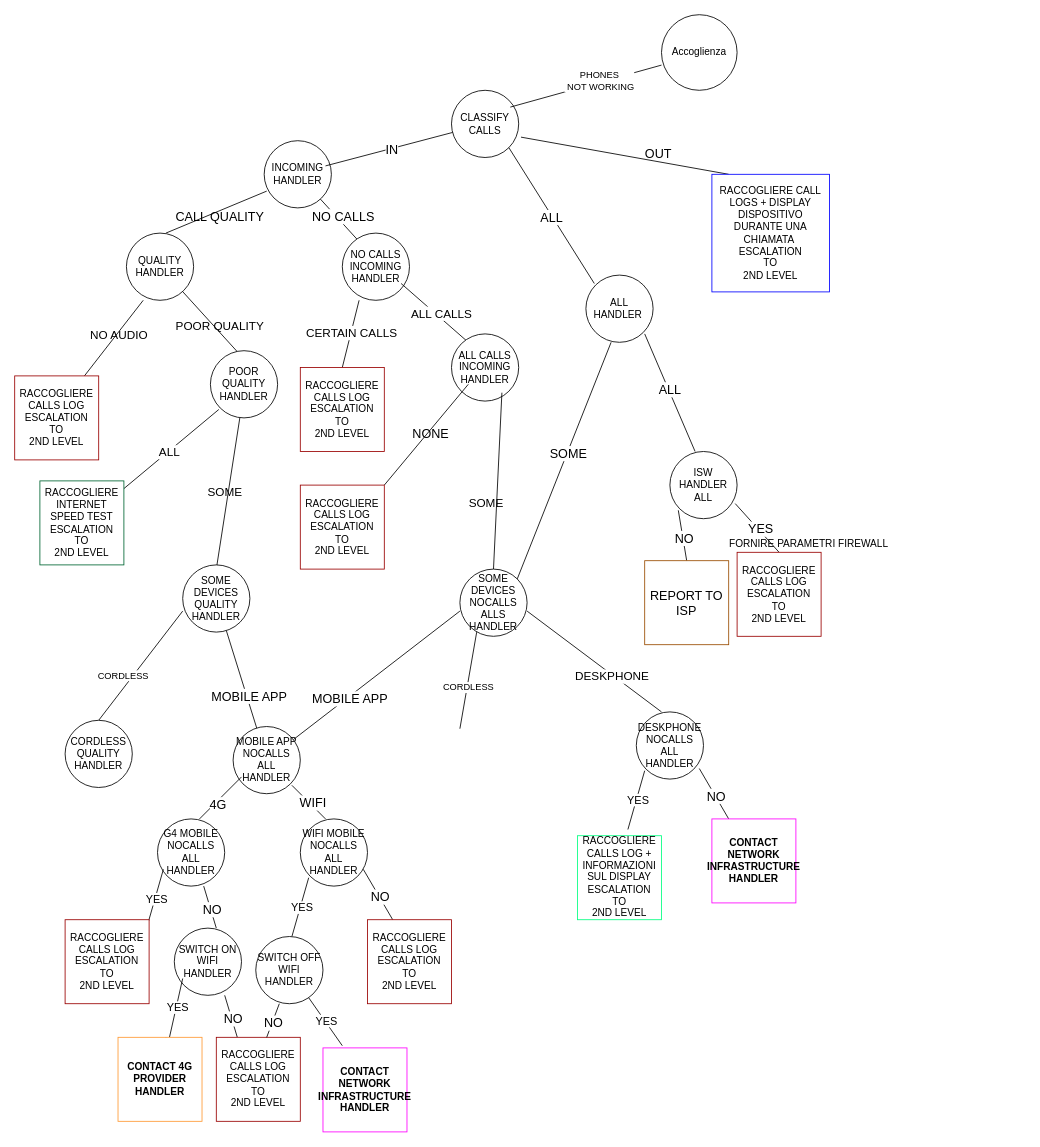
Above: Diagramma senza titolo.drawio in gormitiliberi/serverless-rag-demo (draw.io), before the change. Source tidied: cells renumbered, new cells numbered last; positions are measured from the earlier drawing's top-left corner, leaving out a move shared by most shapes. Both pictures are drawn from the tidied source at 84%, with x=0, y=0 at pixel (14, 14).
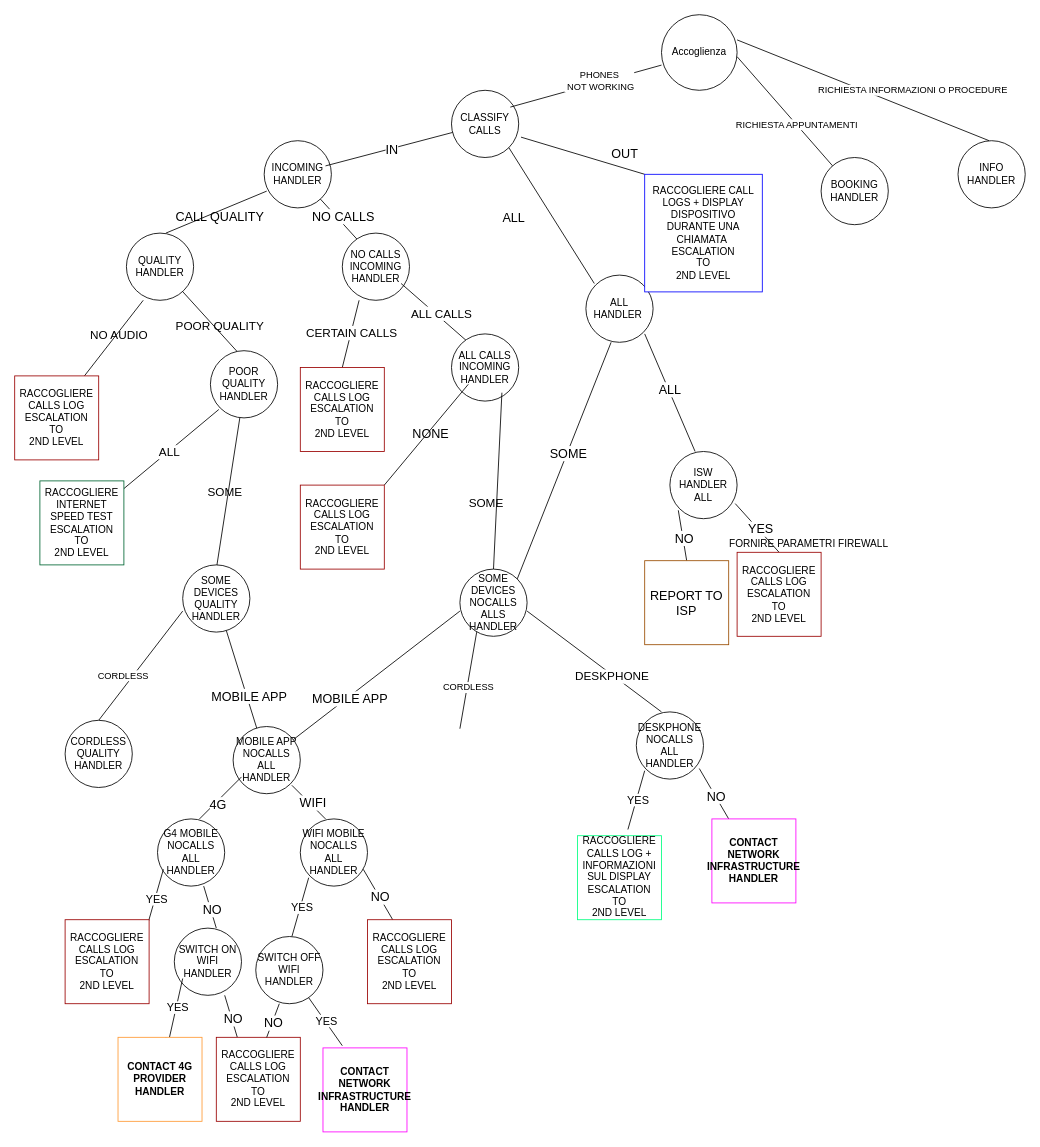
After the change.

Unchanged cells that the change refers to:
```xml
<mxCell id="3" value="CLASSIFY CALLS" style="ellipse;whiteSpace=wrap;html=1;" parent="1" vertex="1">
  <mxGeometry x="520" y="90" width="80" height="80" as="geometry" />
</mxCell>
```

Diff of the diagram source:
```diff
@@
     <mxCell id="22" value="&lt;font style=&quot;font-size: 15px;&quot;&gt;OUT&lt;/font&gt;" style="edgeLabel;html=1;align=center;verticalAlign=middle;" parent="1" vertex="1">
-      <mxGeometry x="640" y="210" as="geometry">
+      <mxGeometry x="600" y="210" as="geometry">
         <mxPoint x="125" y="-46" as="offset" />
       </mxGeometry>
     </mxCell>
@@
     <mxCell id="41" style="endArrow=none;html=1;rounded=0;entryX=1.034;entryY=0.697;entryDx=0;entryDy=0;entryPerimeter=0;" parent="1" edge="1" target="3">
       <mxGeometry relative="1" as="geometry">
-        <mxPoint x="850" y="190" as="sourcePoint" />
+        <mxPoint x="750" y="190" as="sourcePoint" />
       </mxGeometry>
     </mxCell>
@@
     <mxCell id="43" value="RACCOGLIERE CALL LOGS + DISPLAY DISPOSITIVO DURANTE UNA CHIAMATA&amp;nbsp; &lt;br&gt;ESCALATION &lt;br&gt;TO&lt;br&gt;2ND LEVEL" style="whiteSpace=wrap;html=1;strokeColor=#0000FF;" parent="1" vertex="1">
-      <mxGeometry x="830" y="190" width="140" height="140" as="geometry" />
+      <mxGeometry x="750" y="190" width="140" height="140" as="geometry" />
     </mxCell>
@@
+    <mxCell id="107" style="endArrow=none;html=1;rounded=0;" parent="1" edge="1" target="109">
+      <mxGeometry relative="1" as="geometry">
+        <mxPoint x="860" y="50" as="sourcePoint" />
+      </mxGeometry>
+    </mxCell>
+    <mxCell id="108" value="RICHIESTA APPUNTAMENTI" style="edgeLabel;html=1;align=center;verticalAlign=middle;" parent="107" vertex="1">
+      <mxGeometry x="0.05" y="2" relative="1" as="geometry">
+        <mxPoint x="9" y="13" as="offset" />
+      </mxGeometry>
+    </mxCell>
+    <mxCell id="109" value="BOOKING HANDLER" style="ellipse;whiteSpace=wrap;html=1;" parent="1" vertex="1">
+      <mxGeometry x="960" y="170" width="80" height="80" as="geometry" />
+    </mxCell>
+    <mxCell id="110" style="endArrow=none;html=1;rounded=0;" parent="1" edge="1">
+      <mxGeometry relative="1" as="geometry">
+        <mxPoint x="860" y="30" as="sourcePoint" />
+        <mxPoint x="1160" y="150" as="targetPoint" />
+      </mxGeometry>
+    </mxCell>
+    <mxCell id="111" value="RICHIESTA INFORMAZIONI O PROCEDURE" style="edgeLabel;html=1;align=center;verticalAlign=middle;" parent="110" vertex="1">
+      <mxGeometry x="0.04" y="-1" relative="1" as="geometry">
+        <mxPoint x="53" y="-4" as="offset" />
+      </mxGeometry>
+    </mxCell>
+    <mxCell id="112" value="INFO HANDLER" style="ellipse;whiteSpace=wrap;html=1;" parent="1" vertex="1">
+      <mxGeometry x="1123" y="150" width="80" height="80" as="geometry" />
+    </mxCell>
```
